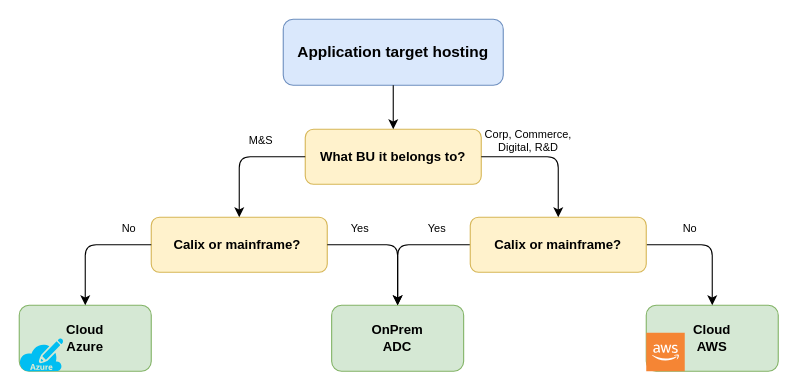
Before: page "App" (1 of 3) of DR-DecisionTree.drawio in anthonygea/mycv, a draw.io diagram. Source tidied: cells renumbered, new cells numbered last; positions are measured from the earlier drawing's top-left corner, leaving out a move shared by most shapes. Both pictures are drawn from the tidied source at 110%, with x=0, y=0 at pixel (19, 19).
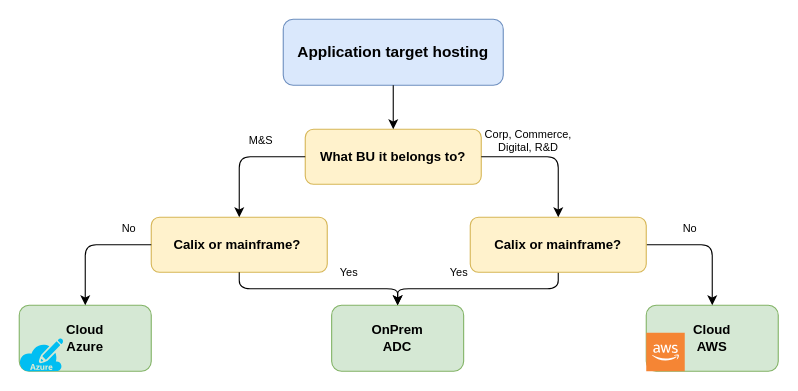
Above is the later version.

Unchanged cells that the change refers to:
```xml
<mxCell id="4" value="Calix or mainframe?&amp;nbsp;" style="rounded=1;whiteSpace=wrap;html=1;fillColor=#fff2cc;strokeColor=#d6b656;fontSize=12;fontStyle=1;" parent="1" vertex="1">
  <mxGeometry x="120" y="180" width="160" height="50" as="geometry" />
</mxCell>
<mxCell id="5" value="OnPrem&lt;div&gt;ADC&lt;/div&gt;" style="rounded=1;whiteSpace=wrap;html=1;fillColor=#d5e8d4;strokeColor=#82b366;fontSize=12;fontStyle=1;" parent="1" vertex="1">
  <mxGeometry x="284" y="260" width="120" height="60" as="geometry" />
</mxCell>
<mxCell id="17" value="Calix or mainframe?" style="rounded=1;whiteSpace=wrap;html=1;fillColor=#fff2cc;strokeColor=#d6b656;fontSize=12;fontStyle=1;" parent="1" vertex="1">
  <mxGeometry x="410" y="180" width="160" height="50" as="geometry" />
</mxCell>
```

What changed in the source:
```diff
@@
-    <mxCell id="8" style="endArrow=classic;html=1;edgeStyle=orthogonalEdgeStyle;entryX=0.5;entryY=0;entryDx=0;entryDy=0;exitX=0;exitY=0.5;exitDx=0;exitDy=0;" parent="1" edge="1" source="17" target="5">
+    <mxCell id="8" style="endArrow=classic;html=1;edgeStyle=orthogonalEdgeStyle;entryX=0.5;entryY=0;entryDx=0;entryDy=0;exitX=0.5;exitY=1;exitDx=0;exitDy=0;" parent="1" edge="1" source="17" target="5">
       <mxGeometry relative="1" as="geometry" />
     </mxCell>
@@
     <mxCell id="13" value="Yes" style="text;html=1;strokeColor=none;fillColor=none;align=center;verticalAlign=middle;whiteSpace=wrap;rounded=0;fontSize=10;" parent="1" vertex="1">
-      <mxGeometry x="260" y="180" width="100" height="20" as="geometry" />
+      <mxGeometry x="250" y="220" width="100" height="20" as="geometry" />
     </mxCell>
@@
-    <mxCell id="18" style="endArrow=classic;html=1;edgeStyle=orthogonalEdgeStyle;exitX=1;exitY=0.5;exitDx=0;exitDy=0;entryX=0.5;entryY=0;entryDx=0;entryDy=0;" parent="1" edge="1" source="4" target="5">
+    <mxCell id="18" style="endArrow=classic;html=1;edgeStyle=orthogonalEdgeStyle;exitX=0.5;exitY=1;exitDx=0;exitDy=0;entryX=0.5;entryY=0;entryDx=0;entryDy=0;" parent="1" edge="1" source="4" target="5">
       <mxGeometry relative="1" as="geometry" />
     </mxCell>
@@
     <mxCell id="21" value="Yes" style="text;html=1;strokeColor=none;fillColor=none;align=center;verticalAlign=middle;whiteSpace=wrap;rounded=0;fontSize=10;" parent="1" vertex="1">
-      <mxGeometry x="330" y="180" width="100" height="20" as="geometry" />
+      <mxGeometry x="350" y="220" width="100" height="20" as="geometry" />
     </mxCell>
```
